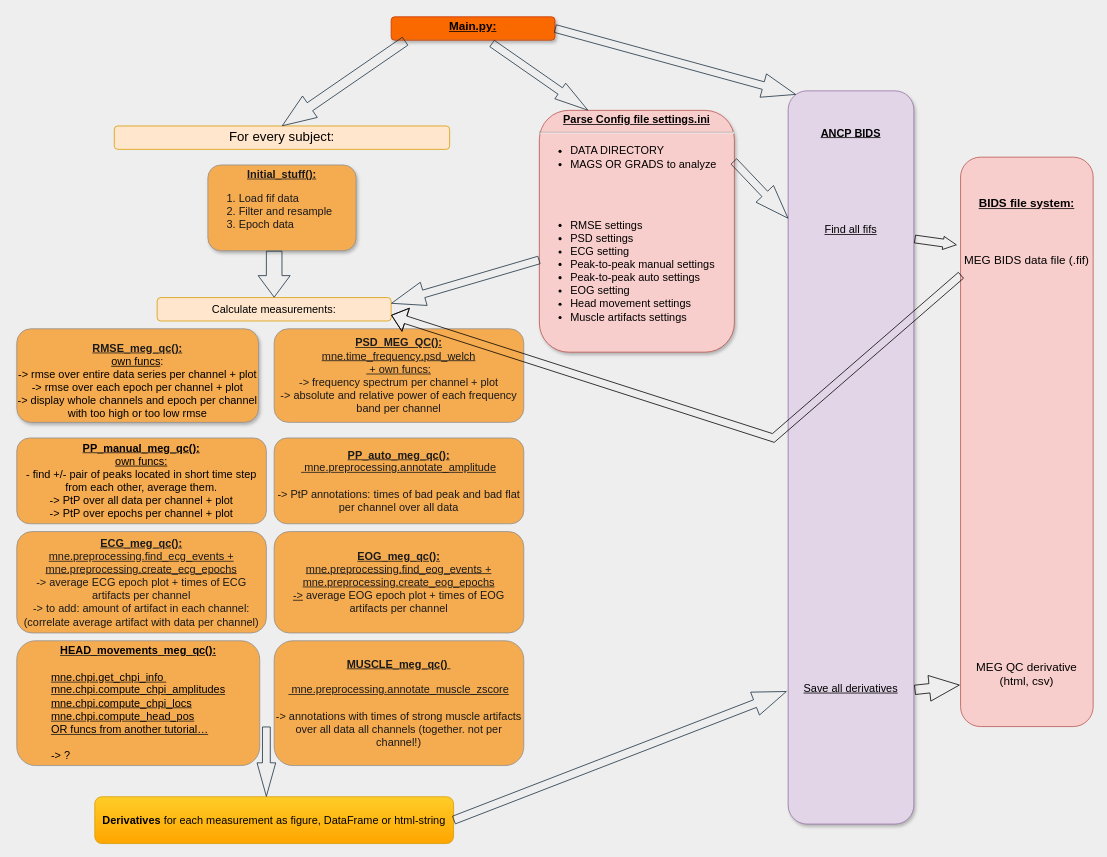
oldgandalf/MEGqcJorge keeps this draw.io diagram as MEG_QC_diagram.drawio. Above is the earlier version. Source tidied: cells renumbered, new cells numbered last; positions are measured from the earlier drawing's top-left corner, leaving out a move shared by most shapes. Both pictures are drawn from the tidied source at 78%, with x=0, y=0 at pixel (16, 16).
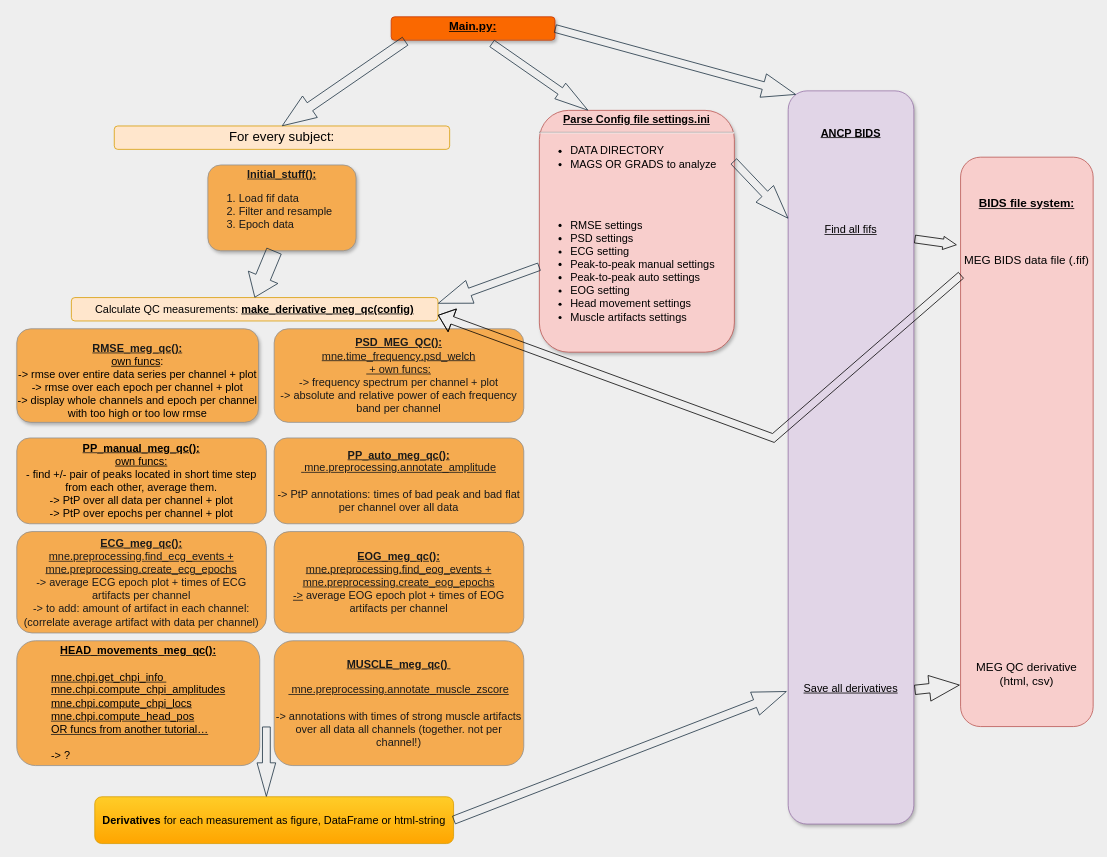
After the change.

Diff of the diagram source:
```diff
@@
-    <mxCell id="20" value="Calculate measurements:" style="rounded=1;whiteSpace=wrap;html=1;strokeColor=#d79b00;fontSize=14;fillColor=#ffe6cc;" parent="1" vertex="1">
-      <mxGeometry x="180" y="360" width="300" height="30" as="geometry" />
+    <mxCell id="20" value="&lt;font style=&quot;font-size: 14px;&quot;&gt;Calculate QC measurements:&amp;nbsp;&lt;u&gt;&lt;b&gt;make_derivative_meg_qc(config)&lt;/b&gt;&lt;/u&gt;&lt;/font&gt;" style="rounded=1;whiteSpace=wrap;html=1;strokeColor=#d79b00;fontSize=14;fillColor=#ffe6cc;" parent="1" vertex="1">
+      <mxGeometry x="70" y="360" width="470" height="30" as="geometry" />
     </mxCell>
```
